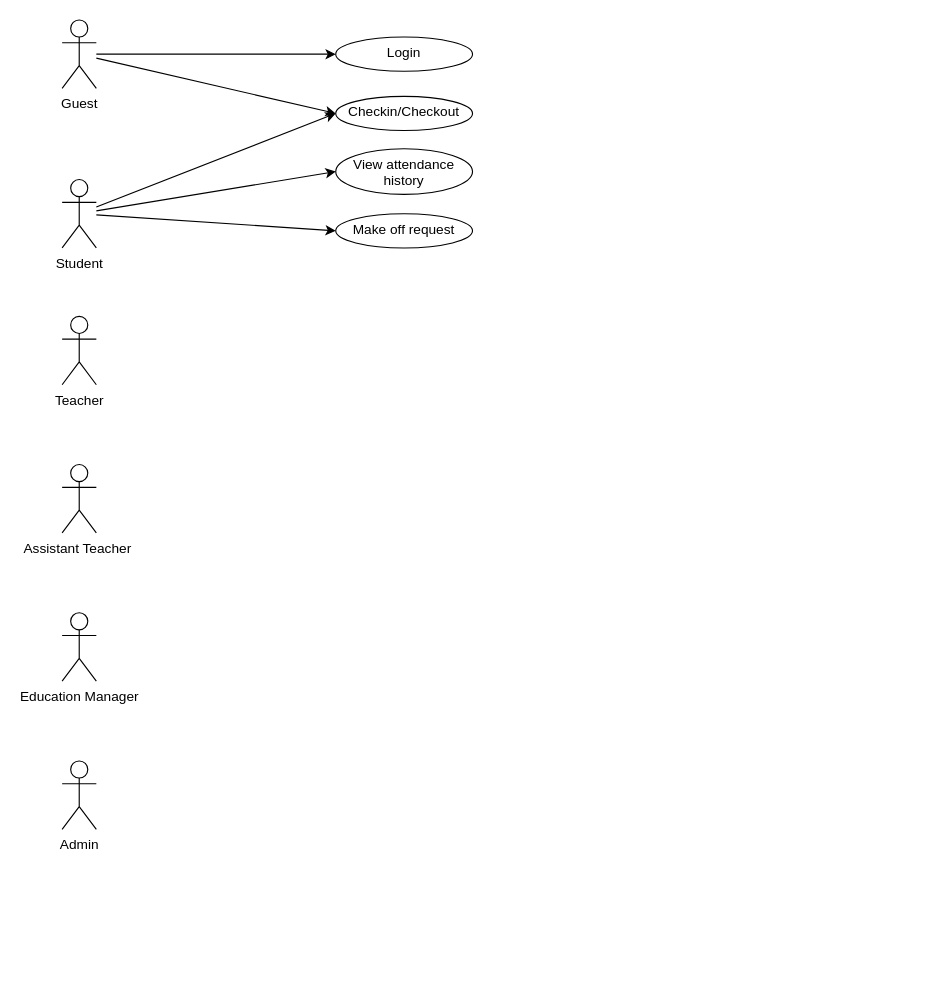
Before: usercase.drawio in codengoo/attendance-be, a draw.io diagram. Source tidied: cells renumbered, new cells numbered last; positions are measured from the earlier drawing's top-left corner, leaving out a move shared by most shapes. Both pictures are drawn from the tidied source at 114%, with x=0, y=0 at pixel (62, 19).
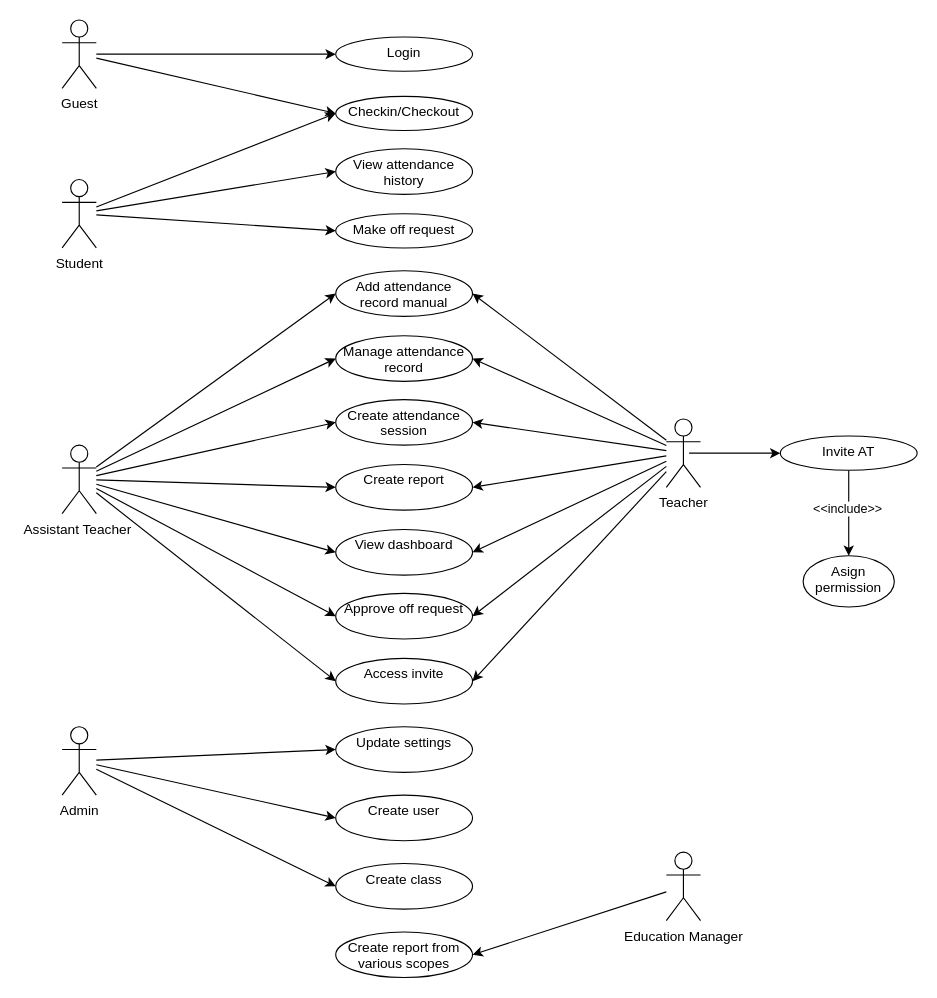
Above is the later version.

What changed in the source:
```diff
@@
+    <mxCell id="17" style="rounded=0;jettySize=auto;html=1;entryX=0;entryY=0.5;entryDx=0;entryDy=0;" parent="1" edge="1" target="38">
+      <mxGeometry relative="1" as="geometry">
+        <mxPoint x="550" y="380" as="sourcePoint" />
+      </mxGeometry>
+    </mxCell>
+    <mxCell id="18" style="rounded=0;jettySize=auto;html=1;entryX=1;entryY=0.5;entryDx=0;entryDy=0;" parent="1" edge="1" source="11" target="40">
+      <mxGeometry relative="1" as="geometry" />
+    </mxCell>
+    <mxCell id="19" style="rounded=0;jettySize=auto;html=1;entryX=1;entryY=0.5;entryDx=0;entryDy=0;" parent="1" edge="1" source="11" target="41">
+      <mxGeometry relative="1" as="geometry" />
+    </mxCell>
+    <mxCell id="20" style="rounded=0;jettySize=auto;html=1;entryX=1;entryY=0.5;entryDx=0;entryDy=0;" parent="1" edge="1" source="11" target="42">
+      <mxGeometry relative="1" as="geometry" />
+    </mxCell>
+    <mxCell id="21" style="rounded=0;jettySize=auto;html=1;entryX=1;entryY=0.5;entryDx=0;entryDy=0;" parent="1" edge="1" source="11" target="43">
+      <mxGeometry relative="1" as="geometry" />
+    </mxCell>
+    <mxCell id="22" style="rounded=0;jettySize=auto;html=1;entryX=1;entryY=0.5;entryDx=0;entryDy=0;" parent="1" edge="1" source="11" target="44">
+      <mxGeometry relative="1" as="geometry" />
+    </mxCell>
+    <mxCell id="23" style="rounded=0;jettySize=auto;html=1;entryX=1;entryY=0.5;entryDx=0;entryDy=0;" parent="1" edge="1" source="11" target="45">
+      <mxGeometry relative="1" as="geometry" />
+    </mxCell>
+    <mxCell id="24" style="rounded=0;jettySize=auto;html=1;entryX=1;entryY=0.5;entryDx=0;entryDy=0;" parent="1" edge="1" source="11" target="46">
+      <mxGeometry relative="1" as="geometry" />
+    </mxCell>
     <mxCell id="11" value="Teacher" style="shape=umlActor;verticalLabelPosition=bottom;verticalAlign=top;html=1;outlineConnect=0;" parent="1" vertex="1">
-      <mxGeometry y="260" width="30" height="60" as="geometry" />
+      <mxGeometry x="530" y="350" width="30" height="60" as="geometry" />
     </mxCell>
+    <mxCell id="25" style="rounded=0;jettySize=auto;html=1;entryX=0;entryY=0.5;entryDx=0;entryDy=0;" parent="1" edge="1" source="12" target="40">
+      <mxGeometry relative="1" as="geometry" />
+    </mxCell>
+    <mxCell id="26" style="rounded=0;jettySize=auto;html=1;entryX=0;entryY=0.5;entryDx=0;entryDy=0;" parent="1" edge="1" source="12" target="41">
+      <mxGeometry relative="1" as="geometry" />
+    </mxCell>
+    <mxCell id="27" style="rounded=0;jettySize=auto;html=1;entryX=0;entryY=0.5;entryDx=0;entryDy=0;" parent="1" edge="1" source="12" target="42">
+      <mxGeometry relative="1" as="geometry" />
+    </mxCell>
+    <mxCell id="28" style="rounded=0;jettySize=auto;html=1;entryX=0;entryY=0.5;entryDx=0;entryDy=0;" parent="1" edge="1" source="12" target="43">
+      <mxGeometry relative="1" as="geometry" />
+    </mxCell>
+    <mxCell id="29" style="rounded=0;jettySize=auto;html=1;entryX=0;entryY=0.5;entryDx=0;entryDy=0;" parent="1" edge="1" source="12" target="44">
+      <mxGeometry relative="1" as="geometry" />
+    </mxCell>
+    <mxCell id="30" style="rounded=0;jettySize=auto;html=1;entryX=0;entryY=0.5;entryDx=0;entryDy=0;" parent="1" edge="1" source="12" target="45">
+      <mxGeometry relative="1" as="geometry" />
+    </mxCell>
+    <mxCell id="31" style="rounded=0;jettySize=auto;html=1;entryX=0;entryY=0.5;entryDx=0;entryDy=0;" parent="1" edge="1" source="12" target="46">
+      <mxGeometry relative="1" as="geometry" />
+    </mxCell>
     <mxCell id="12" value="Assistant Teacher&amp;nbsp;" style="shape=umlActor;verticalLabelPosition=bottom;verticalAlign=top;html=1;outlineConnect=0;" parent="1" vertex="1">
-      <mxGeometry y="390" width="30" height="60" as="geometry" />
+      <mxGeometry y="373" width="30" height="60" as="geometry" />
     </mxCell>
+    <mxCell id="32" style="rounded=0;jettySize=auto;html=1;entryX=1;entryY=0.5;entryDx=0;entryDy=0;" parent="1" edge="1" source="13" target="50">
+      <mxGeometry relative="1" as="geometry" />
+    </mxCell>
     <mxCell id="13" value="Education Manager" style="shape=umlActor;verticalLabelPosition=bottom;verticalAlign=top;html=1;outlineConnect=0;" parent="1" vertex="1">
-      <mxGeometry y="520" width="30" height="60" as="geometry" />
+      <mxGeometry x="530" y="730" width="30" height="60" as="geometry" />
     </mxCell>
+    <mxCell id="33" style="rounded=0;jettySize=auto;html=1;entryX=0;entryY=0.5;entryDx=0;entryDy=0;" parent="1" edge="1" source="14" target="47">
+      <mxGeometry relative="1" as="geometry" />
+    </mxCell>
+    <mxCell id="34" style="rounded=0;jettySize=auto;html=1;entryX=0;entryY=0.5;entryDx=0;entryDy=0;" parent="1" edge="1" source="14" target="48">
+      <mxGeometry relative="1" as="geometry" />
+    </mxCell>
+    <mxCell id="35" style="rounded=0;jettySize=auto;html=1;entryX=0;entryY=0.5;entryDx=0;entryDy=0;" parent="1" edge="1" source="14" target="49">
+      <mxGeometry relative="1" as="geometry" />
+    </mxCell>
     <mxCell id="14" value="Admin" style="shape=umlActor;verticalLabelPosition=bottom;verticalAlign=top;html=1;outlineConnect=0;" parent="1" vertex="1">
-      <mxGeometry y="650" width="30" height="60" as="geometry" />
+      <mxGeometry y="620" width="30" height="60" as="geometry" />
     </mxCell>
@@
+    <mxCell id="36" style="rounded=0;jettySize=auto;html=1;" parent="1" edge="1" source="38" target="39">
+      <mxGeometry relative="1" as="geometry" />
+    </mxCell>
+    <mxCell id="37" value="&amp;lt;&amp;lt;include&amp;gt;&amp;gt;" style="edgeLabel;html=1;align=center;verticalAlign=middle;" parent="36" vertex="1">
+      <mxGeometry x="-0.13" y="-2" relative="1" as="geometry" />
+    </mxCell>
+    <mxCell id="38" value="Invite AT" style="ellipse;whiteSpace=wrap;html=1;verticalAlign=top;" parent="1" vertex="1">
+      <mxGeometry x="630" y="365" width="120" height="30" as="geometry" />
+    </mxCell>
+    <mxCell id="39" value="Asign permission" style="ellipse;whiteSpace=wrap;html=1;verticalAlign=top;" parent="1" vertex="1">
+      <mxGeometry x="650" y="470" width="80" height="45" as="geometry" />
+    </mxCell>
+    <mxCell id="40" value="Add attendance record manual" style="ellipse;whiteSpace=wrap;html=1;verticalAlign=top;" parent="1" vertex="1">
+      <mxGeometry x="240" y="220" width="120" height="40" as="geometry" />
+    </mxCell>
+    <mxCell id="41" value="Manage attendance record" style="ellipse;whiteSpace=wrap;html=1;verticalAlign=top;" parent="1" vertex="1">
+      <mxGeometry x="240" y="277" width="120" height="40" as="geometry" />
+    </mxCell>
+    <mxCell id="42" value="Create attendance session" style="ellipse;whiteSpace=wrap;html=1;verticalAlign=top;" parent="1" vertex="1">
+      <mxGeometry x="240" y="333" width="120" height="40" as="geometry" />
+    </mxCell>
+    <mxCell id="43" value="Create report" style="ellipse;whiteSpace=wrap;html=1;verticalAlign=top;" parent="1" vertex="1">
+      <mxGeometry x="240" y="390" width="120" height="40" as="geometry" />
+    </mxCell>
+    <mxCell id="44" value="View dashboard" style="ellipse;whiteSpace=wrap;html=1;verticalAlign=top;" parent="1" vertex="1">
+      <mxGeometry x="240" y="447" width="120" height="40" as="geometry" />
+    </mxCell>
+    <mxCell id="45" value="Approve off request" style="ellipse;whiteSpace=wrap;html=1;verticalAlign=top;" parent="1" vertex="1">
+      <mxGeometry x="240" y="503" width="120" height="40" as="geometry" />
+    </mxCell>
+    <mxCell id="46" value="Access invite" style="ellipse;whiteSpace=wrap;html=1;verticalAlign=top;" parent="1" vertex="1">
+      <mxGeometry x="240" y="560" width="120" height="40" as="geometry" />
+    </mxCell>
+    <mxCell id="47" value="Update settings" style="ellipse;whiteSpace=wrap;html=1;verticalAlign=top;" parent="1" vertex="1">
+      <mxGeometry x="240" y="620" width="120" height="40" as="geometry" />
+    </mxCell>
+    <mxCell id="48" value="Create user" style="ellipse;whiteSpace=wrap;html=1;verticalAlign=top;" parent="1" vertex="1">
+      <mxGeometry x="240" y="680" width="120" height="40" as="geometry" />
+    </mxCell>
+    <mxCell id="49" value="Create class" style="ellipse;whiteSpace=wrap;html=1;verticalAlign=top;" parent="1" vertex="1">
+      <mxGeometry x="240" y="740" width="120" height="40" as="geometry" />
+    </mxCell>
+    <mxCell id="50" value="Create report from various scopes" style="ellipse;whiteSpace=wrap;html=1;verticalAlign=top;" parent="1" vertex="1">
+      <mxGeometry x="240" y="800" width="120" height="40" as="geometry" />
+    </mxCell>
```
